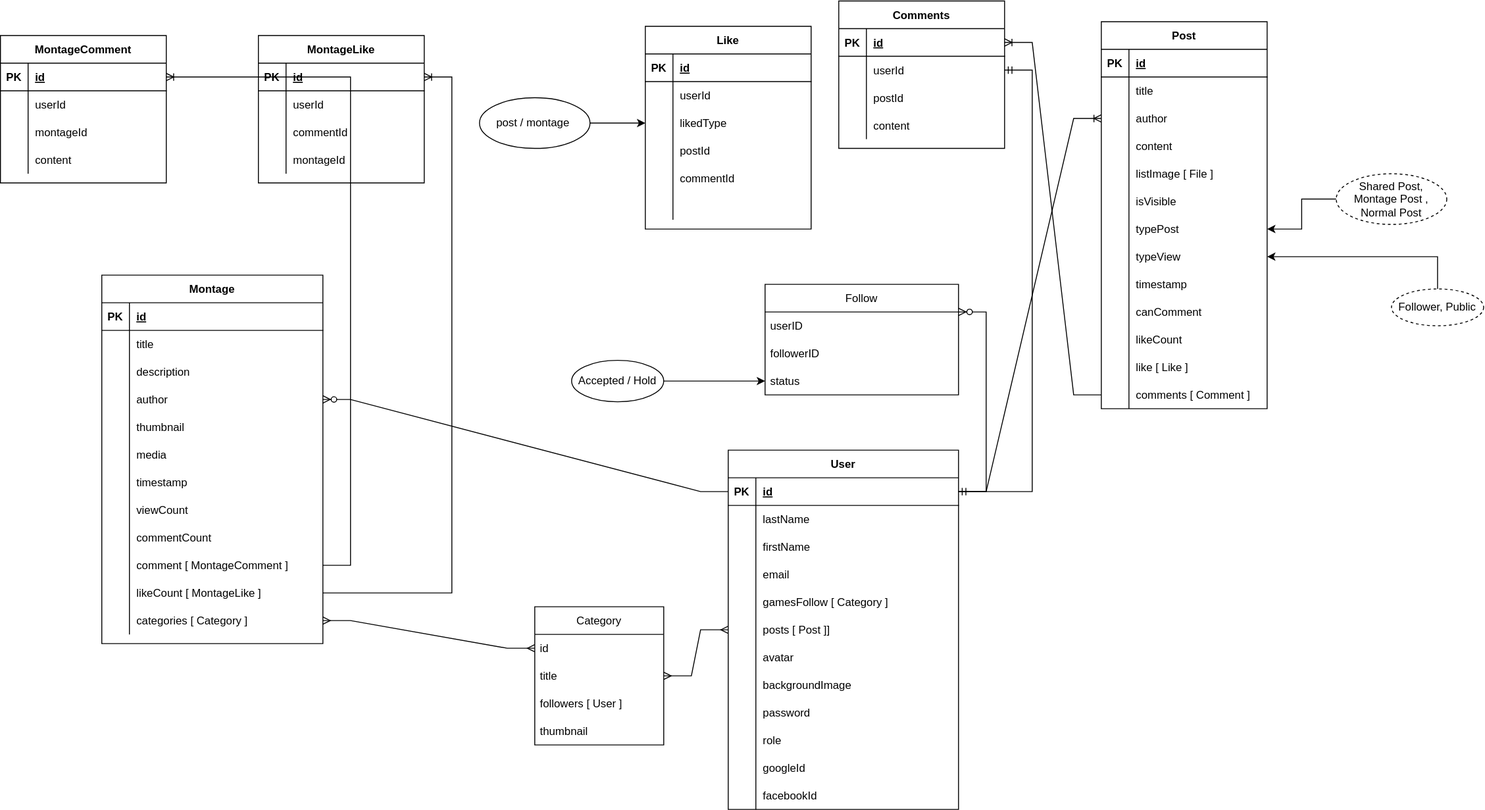
Kennn-dev/social-esport keeps this draw.io diagram as icon/Social-esport.drawio.svg. Above is the earlier version. Source tidied: cells renumbered, new cells last; positions are measured from the earlier drawing's top-left corner, leaving out a move shared by most shapes.
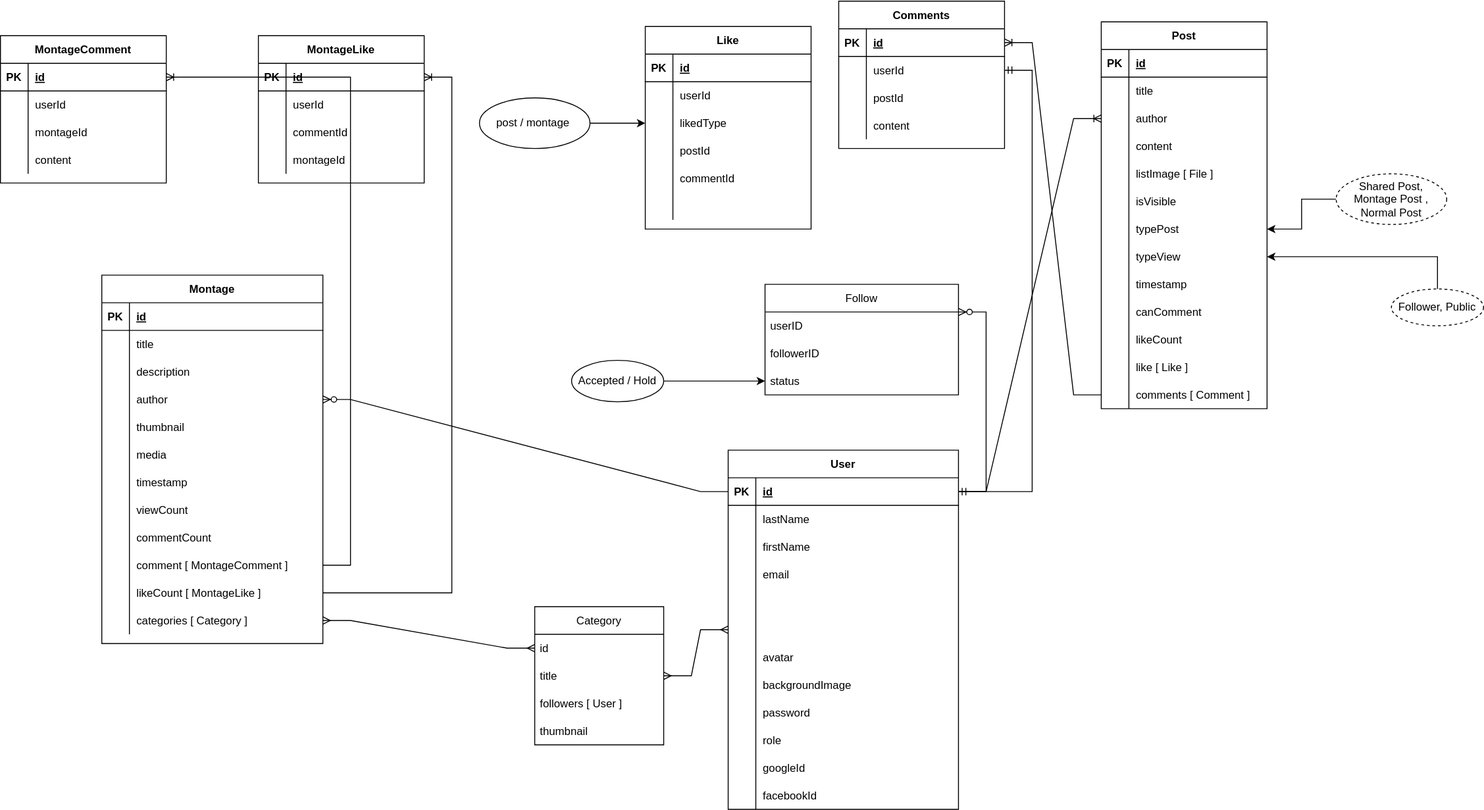
The same diagram one commit later.

Change to the diagram source:
```diff
@@ -47,7 +47,7 @@
     <mxCell id="16" style="shape=partialRectangle;overflow=hidden;fillColor=none;top=0;left=0;bottom=0;right=0;" parent="15" vertex="1">
       <mxGeometry width="30" height="30" as="geometry" />
     </mxCell>
-    <mxCell id="17" value="gamesFollow [ Category ]" style="shape=partialRectangle;overflow=hidden;fillColor=none;top=0;left=0;bottom=0;right=0;align=left;spacingLeft=6;" parent="15" vertex="1">
+    <mxCell id="17" style="shape=partialRectangle;overflow=hidden;fillColor=none;top=0;left=0;bottom=0;right=0;align=left;spacingLeft=6;" parent="15" vertex="1">
       <mxGeometry x="30" width="220" height="30" as="geometry" />
     </mxCell>
     <mxCell id="18" style="shape=partialRectangle;fillColor=none;top=0;left=0;right=0;bottom=0;" parent="2" vertex="1">
@@ -56,7 +56,7 @@
     <mxCell id="19" style="shape=partialRectangle;overflow=hidden;fillColor=none;top=0;left=0;bottom=0;right=0;" parent="18" vertex="1">
       <mxGeometry width="30" height="30" as="geometry" />
     </mxCell>
-    <mxCell id="20" value="posts [ Post ]]" style="shape=partialRectangle;overflow=hidden;fillColor=none;top=0;left=0;bottom=0;right=0;align=left;spacingLeft=6;" parent="18" vertex="1">
+    <mxCell id="20" style="shape=partialRectangle;overflow=hidden;fillColor=none;top=0;left=0;bottom=0;right=0;align=left;spacingLeft=6;" parent="18" vertex="1">
       <mxGeometry x="30" width="220" height="30" as="geometry" />
     </mxCell>
     <mxCell id="21" style="shape=partialRectangle;fillColor=none;top=0;left=0;right=0;bottom=0;" parent="2" vertex="1">
```
